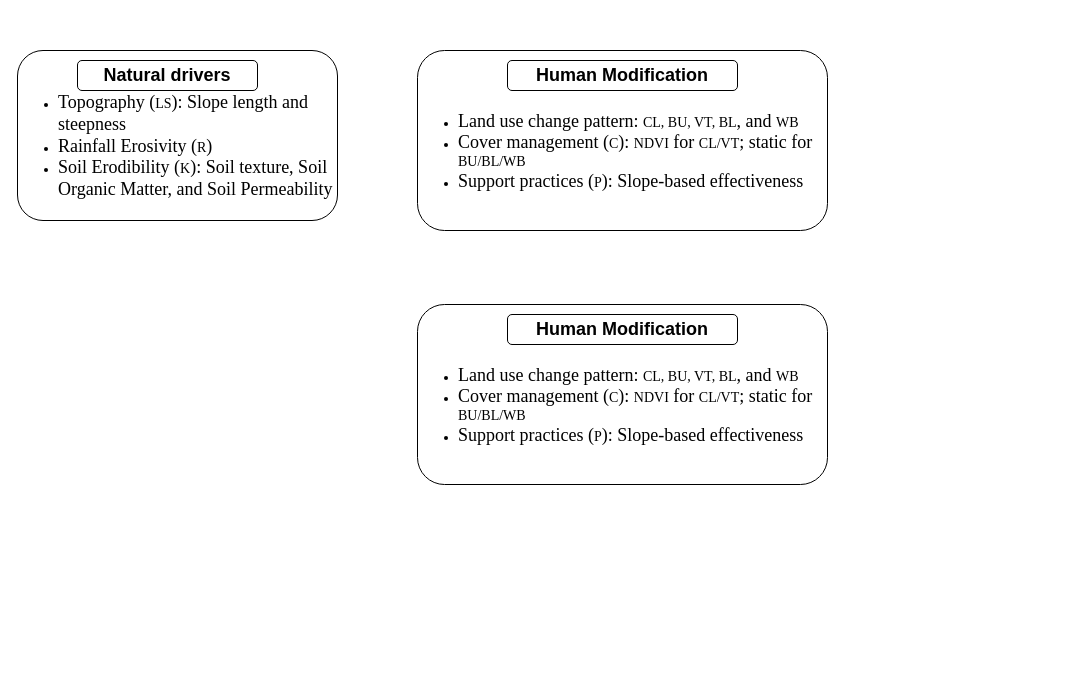
Before: erionflow.drawio in yemioke/PRISMA2020, a draw.io diagram. Source tidied: cells renumbered, new cells numbered last; positions are measured from the earlier drawing's top-left corner, leaving out a move shared by most shapes. Both pictures are drawn from the tidied source at 100%, with x=0, y=0 at pixel (17, 50).
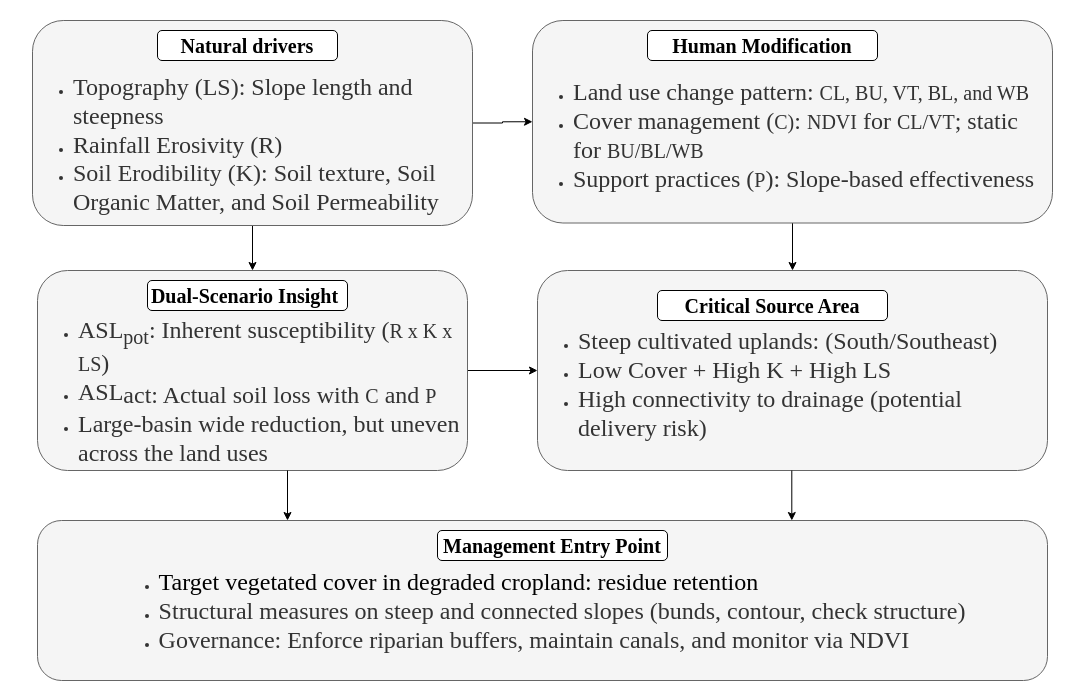
Above is the later version.

What changed in the source:
```diff
@@
 <mxGraphModel>
   <root>
     <mxCell id="0" />
     <mxCell id="1" parent="0" />
+    <mxCell id="8" style="edgeStyle=orthogonalEdgeStyle;rounded=0;jettySize=auto;html=1;exitX=1;exitY=0.5;exitDx=0;exitDy=0;entryX=0;entryY=0.5;entryDx=0;entryDy=0;" parent="1" edge="1" source="2" target="4">
+      <mxGeometry relative="1" as="geometry" />
+    </mxCell>
+    <mxCell id="9" style="edgeStyle=orthogonalEdgeStyle;rounded=0;jettySize=auto;html=1;exitX=0.5;exitY=1;exitDx=0;exitDy=0;entryX=0.5;entryY=0;entryDx=0;entryDy=0;" parent="1" edge="1" source="2" target="12">
+      <mxGeometry relative="1" as="geometry" />
+    </mxCell>
-    <mxCell id="2" value="&lt;div style=&quot;text-align: left;&quot;&gt;&lt;font face=&quot;Times New Roman&quot;&gt;&lt;span style=&quot;font-size: 18px;&quot;&gt;&lt;br&gt;&lt;/span&gt;&lt;/font&gt;&lt;/div&gt;&lt;ul&gt;&lt;li style=&quot;text-align: left;&quot;&gt;&lt;font style=&quot;font-size: 18px;&quot; face=&quot;Times New Roman&quot;&gt;Topography (&lt;/font&gt;&lt;font style=&quot;font-size: 14px;&quot; face=&quot;Times New Roman&quot;&gt;LS&lt;/font&gt;&lt;font style=&quot;font-size: 18px;&quot; face=&quot;Times New Roman&quot;&gt;): Slope length and steepness&lt;/font&gt;&lt;/li&gt;&lt;li style=&quot;text-align: left;&quot;&gt;&lt;font style=&quot;font-size: 18px;&quot; face=&quot;Times New Roman&quot;&gt;Rainfall Erosivity (&lt;/font&gt;&lt;font style=&quot;font-size: 14px;&quot; face=&quot;Times New Roman&quot;&gt;R&lt;/font&gt;&lt;font style=&quot;font-size: 18px;&quot; face=&quot;Times New Roman&quot;&gt;)&lt;/font&gt;&lt;/li&gt;&lt;li style=&quot;text-align: left;&quot;&gt;&lt;font style=&quot;font-size: 18px;&quot; face=&quot;Times New Roman&quot;&gt;Soil Erodibility (&lt;/font&gt;&lt;font style=&quot;font-size: 14px;&quot; face=&quot;Times New Roman&quot;&gt;K&lt;/font&gt;&lt;font style=&quot;font-size: 18px;&quot; face=&quot;Times New Roman&quot;&gt;): Soil texture, Soil Organic Matter, and Soil Permeability&lt;/font&gt;&lt;/li&gt;&lt;/ul&gt;" style="rounded=1;whiteSpace=wrap;html=1;" parent="1" vertex="1">
-      <mxGeometry width="320" height="170" as="geometry" />
+    <mxCell id="2" value="&lt;div style=&quot;text-align: left;&quot;&gt;&lt;br&gt;&lt;/div&gt;&lt;div style=&quot;text-align: left;&quot;&gt;&lt;br&gt;&lt;/div&gt;&lt;div style=&quot;text-align: left;&quot;&gt;&lt;br&gt;&lt;/div&gt;&lt;ul&gt;&lt;li style=&quot;text-align: left;&quot;&gt;&lt;font style=&quot;font-size: 24px;&quot;&gt;&lt;font style=&quot;&quot; face=&quot;Times New Roman&quot;&gt;Topography (&lt;/font&gt;&lt;font style=&quot;&quot; face=&quot;Times New Roman&quot;&gt;LS&lt;/font&gt;&lt;font style=&quot;&quot; face=&quot;Times New Roman&quot;&gt;): Slope length and steepness&lt;/font&gt;&lt;/font&gt;&lt;/li&gt;&lt;li style=&quot;text-align: left;&quot;&gt;&lt;font style=&quot;font-size: 24px;&quot;&gt;&lt;font style=&quot;&quot; face=&quot;Times New Roman&quot;&gt;Rainfall Erosivity (&lt;/font&gt;&lt;font style=&quot;&quot; face=&quot;Times New Roman&quot;&gt;R&lt;/font&gt;&lt;font style=&quot;&quot; face=&quot;Times New Roman&quot;&gt;)&lt;/font&gt;&lt;/font&gt;&lt;/li&gt;&lt;li style=&quot;text-align: left;&quot;&gt;&lt;font style=&quot;font-size: 24px;&quot;&gt;&lt;font style=&quot;&quot; face=&quot;Times New Roman&quot;&gt;Soil Erodibility (&lt;/font&gt;&lt;font style=&quot;&quot; face=&quot;Times New Roman&quot;&gt;K&lt;/font&gt;&lt;font style=&quot;&quot; face=&quot;Times New Roman&quot;&gt;): Soil texture, Soil Organic Matter, and Soil Permeability&lt;/font&gt;&lt;/font&gt;&lt;/li&gt;&lt;/ul&gt;" style="rounded=1;whiteSpace=wrap;html=1;fillColor=#f5f5f5;fontColor=#333333;strokeColor=#666666;" parent="1" vertex="1">
+      <mxGeometry x="15" y="-30" width="440" height="205" as="geometry" />
     </mxCell>
-    <mxCell id="3" value="&lt;font style=&quot;font-size: 18px;&quot;&gt;&lt;b style=&quot;&quot;&gt;Natural drivers&lt;/b&gt;&lt;/font&gt;" style="rounded=1;whiteSpace=wrap;html=1;" parent="1" vertex="1">
-      <mxGeometry x="60" y="10" width="180" height="30" as="geometry" />
+    <mxCell id="3" value="&lt;font face=&quot;Times New Roman&quot; style=&quot;font-size: 20px;&quot;&gt;&lt;b style=&quot;&quot;&gt;Natural drivers&lt;/b&gt;&lt;/font&gt;" style="rounded=1;whiteSpace=wrap;html=1;" parent="1" vertex="1">
+      <mxGeometry x="140" y="-20" width="180" height="30" as="geometry" />
     </mxCell>
+    <mxCell id="10" style="edgeStyle=orthogonalEdgeStyle;rounded=0;jettySize=auto;html=1;exitX=0.5;exitY=1;exitDx=0;exitDy=0;entryX=0.5;entryY=0;entryDx=0;entryDy=0;" parent="1" edge="1" source="4" target="6">
+      <mxGeometry relative="1" as="geometry" />
+    </mxCell>
-    <mxCell id="4" value="&lt;div style=&quot;text-align: left;&quot;&gt;&lt;font face=&quot;Times New Roman&quot;&gt;&lt;span style=&quot;font-size: 18px;&quot;&gt;&lt;br&gt;&lt;/span&gt;&lt;/font&gt;&lt;/div&gt;&lt;ul&gt;&lt;li style=&quot;text-align: left;&quot;&gt;&lt;font style=&quot;font-size: 18px;&quot; face=&quot;Times New Roman&quot;&gt;Land use change pattern: &lt;/font&gt;&lt;font style=&quot;font-size: 14px;&quot; face=&quot;Times New Roman&quot;&gt;CL, BU, VT, BL&lt;/font&gt;&lt;font style=&quot;font-size: 18px;&quot; face=&quot;Times New Roman&quot;&gt;, and &lt;/font&gt;&lt;font style=&quot;font-size: 14px;&quot; face=&quot;Times New Roman&quot;&gt;WB&lt;/font&gt;&lt;/li&gt;&lt;li style=&quot;text-align: left;&quot;&gt;&lt;font style=&quot;font-size: 18px;&quot; face=&quot;Times New Roman&quot;&gt;Cover management (&lt;/font&gt;&lt;font style=&quot;font-size: 14px;&quot; face=&quot;Times New Roman&quot;&gt;C&lt;/font&gt;&lt;font style=&quot;font-size: 18px;&quot; face=&quot;Times New Roman&quot;&gt;): &lt;/font&gt;&lt;font style=&quot;font-size: 14px;&quot; face=&quot;Times New Roman&quot;&gt;NDVI&lt;/font&gt;&lt;font style=&quot;font-size: 18px;&quot; face=&quot;Times New Roman&quot;&gt; for &lt;/font&gt;&lt;font style=&quot;font-size: 14px;&quot; face=&quot;Times New Roman&quot;&gt;CL/VT&lt;/font&gt;&lt;font style=&quot;font-size: 18px;&quot; face=&quot;Times New Roman&quot;&gt;; static for &lt;/font&gt;&lt;font style=&quot;font-size: 14px;&quot; face=&quot;Times New Roman&quot;&gt;BU/BL/WB&lt;/font&gt;&lt;/li&gt;&lt;li style=&quot;text-align: left;&quot;&gt;&lt;font style=&quot;font-size: 18px;&quot; face=&quot;Times New Roman&quot;&gt;Support practices (&lt;/font&gt;&lt;font style=&quot;font-size: 14px;&quot; face=&quot;Times New Roman&quot;&gt;P&lt;/font&gt;&lt;font style=&quot;font-size: 18px;&quot; face=&quot;Times New Roman&quot;&gt;): Slope-based effectiveness&lt;/font&gt;&lt;/li&gt;&lt;/ul&gt;" style="rounded=1;whiteSpace=wrap;html=1;" parent="1" vertex="1">
-      <mxGeometry x="400" width="410" height="180" as="geometry" />
+    <mxCell id="4" value="&lt;div style=&quot;text-align: left;&quot;&gt;&lt;font style=&quot;font-size: 24px;&quot; face=&quot;Times New Roman&quot;&gt;&lt;br&gt;&lt;/font&gt;&lt;/div&gt;&lt;ul&gt;&lt;li style=&quot;text-align: left;&quot;&gt;&lt;font style=&quot;&quot;&gt;&lt;font style=&quot;font-size: 24px;&quot; face=&quot;Times New Roman&quot;&gt;Land use change pattern: &lt;/font&gt;&lt;font style=&quot;font-size: 20px;&quot;&gt;&lt;font style=&quot;&quot; face=&quot;Times New Roman&quot;&gt;CL, BU, VT, BL&lt;/font&gt;&lt;font style=&quot;&quot; face=&quot;Times New Roman&quot;&gt;, and &lt;/font&gt;&lt;font style=&quot;&quot; face=&quot;Times New Roman&quot;&gt;WB&lt;/font&gt;&lt;/font&gt;&lt;/font&gt;&lt;/li&gt;&lt;li style=&quot;text-align: left;&quot;&gt;&lt;font face=&quot;Times New Roman&quot;&gt;&lt;font style=&quot;font-size: 24px;&quot;&gt;Cover management (&lt;/font&gt;&lt;font style=&quot;font-size: 20px;&quot;&gt;C)&lt;/font&gt;&lt;font style=&quot;font-size: 24px;&quot;&gt;: &lt;/font&gt;&lt;font style=&quot;font-size: 20px;&quot;&gt;NDVI&lt;/font&gt;&lt;font style=&quot;font-size: 24px;&quot;&gt; for &lt;/font&gt;&lt;font style=&quot;font-size: 20px;&quot;&gt;CL/VT&lt;/font&gt;&lt;font style=&quot;font-size: 24px;&quot;&gt;; static for &lt;/font&gt;&lt;font style=&quot;font-size: 20px;&quot;&gt;BU/BL/WB&lt;/font&gt;&lt;/font&gt;&lt;/li&gt;&lt;li style=&quot;text-align: left;&quot;&gt;&lt;font face=&quot;Times New Roman&quot;&gt;&lt;font style=&quot;font-size: 24px;&quot;&gt;Support practices (&lt;/font&gt;&lt;font style=&quot;font-size: 20px;&quot;&gt;P&lt;/font&gt;&lt;font style=&quot;font-size: 24px;&quot;&gt;): Slope-based effectiveness&lt;/font&gt;&lt;/font&gt;&lt;/li&gt;&lt;/ul&gt;" style="rounded=1;whiteSpace=wrap;html=1;fillColor=#f5f5f5;fontColor=#333333;strokeColor=#666666;" parent="1" vertex="1">
+      <mxGeometry x="515" y="-30" width="520" height="202.5" as="geometry" />
     </mxCell>
-    <mxCell id="5" value="&lt;font style=&quot;font-size: 18px;&quot;&gt;&lt;b style=&quot;&quot;&gt;Human Modification&lt;/b&gt;&lt;/font&gt;" style="rounded=1;whiteSpace=wrap;html=1;" parent="1" vertex="1">
-      <mxGeometry x="490" y="10" width="230" height="30" as="geometry" />
+    <mxCell id="5" value="&lt;font face=&quot;Times New Roman&quot; style=&quot;font-size: 20px;&quot;&gt;&lt;b style=&quot;&quot;&gt;Human Modification&lt;/b&gt;&lt;/font&gt;" style="rounded=1;whiteSpace=wrap;html=1;" parent="1" vertex="1">
+      <mxGeometry x="630" y="-20" width="230" height="30" as="geometry" />
     </mxCell>
-    <mxCell id="6" value="&lt;div style=&quot;text-align: left;&quot;&gt;&lt;font face=&quot;Times New Roman&quot;&gt;&lt;span style=&quot;font-size: 18px;&quot;&gt;&lt;br&gt;&lt;/span&gt;&lt;/font&gt;&lt;/div&gt;&lt;ul&gt;&lt;li style=&quot;text-align: left;&quot;&gt;&lt;font style=&quot;font-size: 18px;&quot; face=&quot;Times New Roman&quot;&gt;Land use change pattern: &lt;/font&gt;&lt;font style=&quot;font-size: 14px;&quot; face=&quot;Times New Roman&quot;&gt;CL, BU, VT, BL&lt;/font&gt;&lt;font style=&quot;font-size: 18px;&quot; face=&quot;Times New Roman&quot;&gt;, and &lt;/font&gt;&lt;font style=&quot;font-size: 14px;&quot; face=&quot;Times New Roman&quot;&gt;WB&lt;/font&gt;&lt;/li&gt;&lt;li style=&quot;text-align: left;&quot;&gt;&lt;font style=&quot;font-size: 18px;&quot; face=&quot;Times New Roman&quot;&gt;Cover management (&lt;/font&gt;&lt;font style=&quot;font-size: 14px;&quot; face=&quot;Times New Roman&quot;&gt;C&lt;/font&gt;&lt;font style=&quot;font-size: 18px;&quot; face=&quot;Times New Roman&quot;&gt;): &lt;/font&gt;&lt;font style=&quot;font-size: 14px;&quot; face=&quot;Times New Roman&quot;&gt;NDVI&lt;/font&gt;&lt;font style=&quot;font-size: 18px;&quot; face=&quot;Times New Roman&quot;&gt; for &lt;/font&gt;&lt;font style=&quot;font-size: 14px;&quot; face=&quot;Times New Roman&quot;&gt;CL/VT&lt;/font&gt;&lt;font style=&quot;font-size: 18px;&quot; face=&quot;Times New Roman&quot;&gt;; static for &lt;/font&gt;&lt;font style=&quot;font-size: 14px;&quot; face=&quot;Times New Roman&quot;&gt;BU/BL/WB&lt;/font&gt;&lt;/li&gt;&lt;li style=&quot;text-align: left;&quot;&gt;&lt;font style=&quot;font-size: 18px;&quot; face=&quot;Times New Roman&quot;&gt;Support practices (&lt;/font&gt;&lt;font style=&quot;font-size: 14px;&quot; face=&quot;Times New Roman&quot;&gt;P&lt;/font&gt;&lt;font style=&quot;font-size: 18px;&quot; face=&quot;Times New Roman&quot;&gt;): Slope-based effectiveness&lt;/font&gt;&lt;/li&gt;&lt;/ul&gt;" style="rounded=1;whiteSpace=wrap;html=1;" parent="1" vertex="1">
-      <mxGeometry x="400" y="254" width="410" height="180" as="geometry" />
+    <mxCell id="6" value="&lt;div style=&quot;text-align: left;&quot;&gt;&lt;font style=&quot;font-size: 24px;&quot; face=&quot;Times New Roman&quot;&gt;&lt;br&gt;&lt;/font&gt;&lt;/div&gt;&lt;ul&gt;&lt;li style=&quot;text-align: left;&quot;&gt;&lt;font style=&quot;font-size: 24px;&quot;&gt;&lt;font style=&quot;&quot; face=&quot;Times New Roman&quot;&gt;Steep cultivated uplands: &lt;/font&gt;&lt;font style=&quot;&quot;&gt;&lt;font style=&quot;&quot; face=&quot;Times New Roman&quot;&gt;(&lt;/font&gt;&lt;font style=&quot;&quot; face=&quot;Times New Roman&quot;&gt;South/Southeast)&lt;/font&gt;&lt;/font&gt;&lt;/font&gt;&lt;/li&gt;&lt;li style=&quot;text-align: left;&quot;&gt;&lt;font style=&quot;font-size: 24px;&quot; face=&quot;Times New Roman&quot;&gt;Low Cover + High K + High LS&lt;/font&gt;&lt;/li&gt;&lt;li style=&quot;text-align: left;&quot;&gt;&lt;font style=&quot;font-size: 24px;&quot; face=&quot;Times New Roman&quot;&gt;High connectivity to drainage (potential delivery risk)&lt;/font&gt;&lt;/li&gt;&lt;/ul&gt;" style="rounded=1;whiteSpace=wrap;html=1;fillColor=#f5f5f5;fontColor=#333333;strokeColor=#666666;" parent="1" vertex="1">
+      <mxGeometry x="520" y="220" width="510" height="200" as="geometry" />
     </mxCell>
-    <mxCell id="7" value="&lt;font style=&quot;font-size: 18px;&quot;&gt;&lt;b style=&quot;&quot;&gt;Human Modification&lt;/b&gt;&lt;/font&gt;" style="rounded=1;whiteSpace=wrap;html=1;" parent="1" vertex="1">
-      <mxGeometry x="490" y="264" width="230" height="30" as="geometry" />
+    <mxCell id="7" value="&lt;font face=&quot;Times New Roman&quot; style=&quot;font-size: 20px;&quot;&gt;&lt;b style=&quot;&quot;&gt;Critical Source Area&lt;/b&gt;&lt;/font&gt;" style="rounded=1;whiteSpace=wrap;html=1;" parent="1" vertex="1">
+      <mxGeometry x="640" y="240" width="230" height="30" as="geometry" />
     </mxCell>
+    <mxCell id="11" style="edgeStyle=orthogonalEdgeStyle;rounded=0;jettySize=auto;html=1;exitX=1;exitY=0.5;exitDx=0;exitDy=0;entryX=0;entryY=0.5;entryDx=0;entryDy=0;" parent="1" edge="1" source="12" target="6">
+      <mxGeometry relative="1" as="geometry" />
+    </mxCell>
+    <mxCell id="12" value="&lt;div style=&quot;text-align: left;&quot;&gt;&lt;span style=&quot;font-size: 18px;&quot;&gt;&lt;font face=&quot;Times New Roman&quot;&gt;&lt;br&gt;&lt;/font&gt;&lt;/span&gt;&lt;/div&gt;&lt;div style=&quot;text-align: left;&quot;&gt;&lt;span style=&quot;font-size: 18px;&quot;&gt;&lt;font face=&quot;Times New Roman&quot;&gt;&lt;br&gt;&lt;/font&gt;&lt;/span&gt;&lt;/div&gt;&lt;ul&gt;&lt;li style=&quot;text-align: left;&quot;&gt;&lt;font face=&quot;Times New Roman&quot;&gt;&lt;font style=&quot;font-size: 24px;&quot;&gt;ASL&lt;sub style=&quot;&quot;&gt;pot&lt;/sub&gt;: Inherent susceptibility (&lt;/font&gt;&lt;font style=&quot;font-size: 20px;&quot;&gt;R x K x LS&lt;/font&gt;&lt;font style=&quot;font-size: 24px;&quot;&gt;)&lt;/font&gt;&lt;/font&gt;&lt;/li&gt;&lt;li style=&quot;text-align: left;&quot;&gt;&lt;font face=&quot;Times New Roman&quot;&gt;&lt;span style=&quot;font-size: 24px;&quot;&gt;ASL&lt;/span&gt;&lt;sub style=&quot;&quot;&gt;&lt;span style=&quot;font-size: 24px;&quot;&gt;act: &lt;/span&gt;&lt;font style=&quot;font-size: 24px;&quot;&gt;Actual soil loss with &lt;/font&gt;&lt;font style=&quot;font-size: 20px;&quot;&gt;C&lt;/font&gt;&lt;font style=&quot;font-size: 24px;&quot;&gt; and &lt;/font&gt;&lt;font style=&quot;font-size: 20px;&quot;&gt;P&lt;/font&gt;&lt;/sub&gt;&lt;/font&gt;&lt;/li&gt;&lt;li style=&quot;text-align: left;&quot;&gt;&lt;font face=&quot;Times New Roman&quot; style=&quot;font-size: 24px;&quot;&gt;Large-basin wide reduction, but uneven across the land uses&lt;/font&gt;&lt;/li&gt;&lt;/ul&gt;" style="rounded=1;whiteSpace=wrap;html=1;fillColor=#f5f5f5;fontColor=#333333;strokeColor=#666666;" parent="1" vertex="1">
+      <mxGeometry x="20" y="220" width="430" height="200" as="geometry" />
+    </mxCell>
+    <mxCell id="13" value="&lt;font face=&quot;Times New Roman&quot; style=&quot;font-size: 20px;&quot;&gt;&lt;b style=&quot;&quot;&gt;Dual-Scenario Insight&amp;nbsp;&lt;/b&gt;&lt;/font&gt;" style="rounded=1;whiteSpace=wrap;html=1;" parent="1" vertex="1">
+      <mxGeometry x="130" y="230" width="200" height="30" as="geometry" />
+    </mxCell>
+    <mxCell id="14" value="&lt;div style=&quot;text-align: left;&quot;&gt;&lt;font face=&quot;Times New Roman&quot;&gt;&lt;span style=&quot;font-size: 18px;&quot;&gt;&lt;br&gt;&lt;/span&gt;&lt;/font&gt;&lt;/div&gt;&lt;ul&gt;&lt;li style=&quot;text-align: left;&quot;&gt;&lt;span style=&quot;font-family: &amp;quot;Times New Roman&amp;quot;; background-color: transparent; color: light-dark(rgb(0, 0, 0), rgb(255, 255, 255));&quot;&gt;&lt;font style=&quot;font-size: 24px;&quot;&gt;Target vegetated cover in degraded cropland: residue retention&amp;nbsp;&lt;/font&gt;&lt;/span&gt;&lt;/li&gt;&lt;li style=&quot;text-align: left;&quot;&gt;&lt;font style=&quot;font-size: 24px;&quot; face=&quot;Times New Roman&quot;&gt;Structural measures on steep and connected slopes (bunds, contour, check structure)&lt;/font&gt;&lt;/li&gt;&lt;li style=&quot;text-align: left;&quot;&gt;&lt;font style=&quot;font-size: 24px;&quot; face=&quot;Times New Roman&quot;&gt;Governance: Enforce riparian buffers, maintain canals, and monitor via NDVI&lt;/font&gt;&lt;/li&gt;&lt;/ul&gt;" style="rounded=1;whiteSpace=wrap;html=1;fillColor=#f5f5f5;fontColor=#333333;strokeColor=#666666;" parent="1" vertex="1">
+      <mxGeometry x="20" y="470" width="1010" height="160" as="geometry" />
+    </mxCell>
+    <mxCell id="15" value="&lt;font face=&quot;Times New Roman&quot; style=&quot;font-size: 20px;&quot;&gt;&lt;b style=&quot;&quot;&gt;Management Entry Point&lt;/b&gt;&lt;/font&gt;" style="rounded=1;whiteSpace=wrap;html=1;" parent="1" vertex="1">
+      <mxGeometry x="420" y="480" width="230" height="30" as="geometry" />
+    </mxCell>
+    <mxCell id="16" style="endArrow=classic;html=1;rounded=0;" parent="1" edge="1">
+      <mxGeometry relative="1" as="geometry">
+        <mxPoint x="774.3" y="420" as="sourcePoint" />
+        <mxPoint x="774.3" y="470" as="targetPoint" />
+      </mxGeometry>
+    </mxCell>
+    <mxCell id="17" style="endArrow=classic;html=1;rounded=0;" parent="1" edge="1">
+      <mxGeometry relative="1" as="geometry">
+        <mxPoint x="270" y="420" as="sourcePoint" />
+        <mxPoint x="270" y="470" as="targetPoint" />
+      </mxGeometry>
+    </mxCell>
   </root>
 </mxGraphModel>
```
